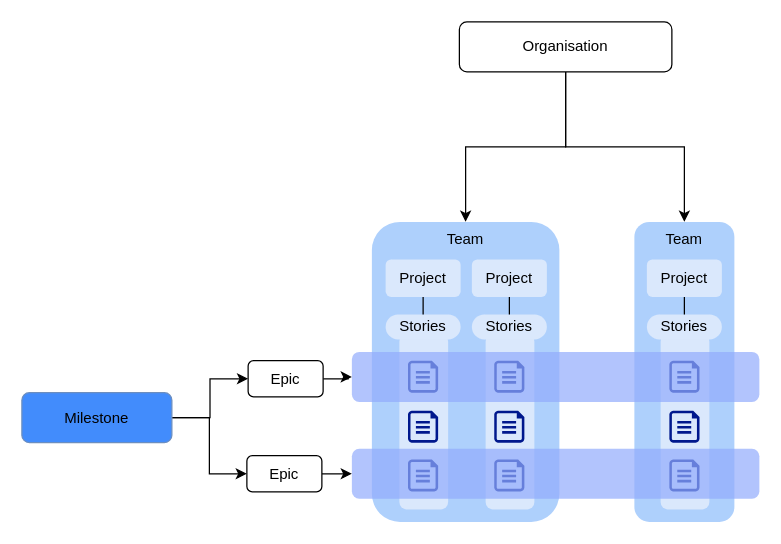
Earlier version of the draw.io diagram PM.drawio (wunyu/drawio). Source tidied: cells renumbered, new cells numbered last; positions are measured from the earlier drawing's top-left corner, leaving out a move shared by most shapes. Both pictures are drawn from the tidied source at 125%, with x=0, y=0 at pixel (21, 21).
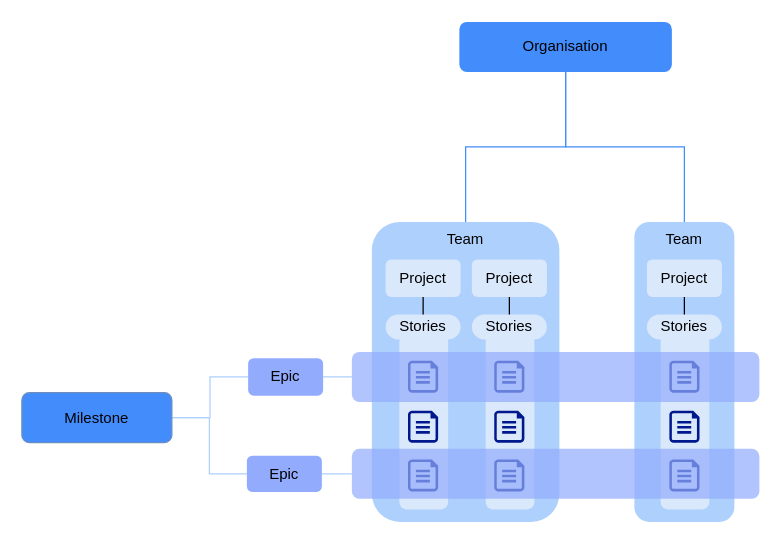
The same page after the edit.

The change refers to these unchanged cells:
```xml
<mxCell id="2" value="Team" style="rounded=1;whiteSpace=wrap;html=1;verticalAlign=top;fillColor=#AED0FC;strokeColor=none;" parent="1" vertex="1">
  <mxGeometry x="490" y="160" width="80" height="240" as="geometry" />
</mxCell>
<mxCell id="3" value="Team" style="rounded=1;whiteSpace=wrap;html=1;verticalAlign=top;fillColor=#AED0FC;strokeColor=none;" parent="1" vertex="1">
  <mxGeometry x="280" y="160" width="150" height="240" as="geometry" />
</mxCell>
<mxCell id="8" value="Milestone" style="rounded=1;whiteSpace=wrap;html=1;fillColor=#428CFC;strokeColor=#6c8ebf;" parent="1" vertex="1">
  <mxGeometry y="296.6" width="120" height="40" as="geometry" />
</mxCell>
<mxCell id="35" style="rounded=1;whiteSpace=wrap;html=1;textOpacity=10;fillColor=#92ABFC;strokeColor=none;fontColor=none;noLabel=1;opacity=70;" parent="1" vertex="1">
  <mxGeometry x="264" y="341.5" width="326" height="40" as="geometry" />
</mxCell>
<mxCell id="36" style="rounded=1;whiteSpace=wrap;html=1;textOpacity=10;fillColor=#92ABFC;strokeColor=none;fontColor=none;noLabel=1;opacity=70;" parent="1" vertex="1">
  <mxGeometry x="264" y="264" width="326" height="40" as="geometry" />
</mxCell>
```

The edit, as a diff of the source:
```diff
@@
-    <mxCell id="6" style="edgeStyle=orthogonalEdgeStyle;rounded=0;jettySize=auto;html=1;entryX=0;entryY=0.5;entryDx=0;entryDy=0;" parent="1" edge="1" source="8" target="18">
+    <mxCell id="6" style="edgeStyle=orthogonalEdgeStyle;rounded=0;jettySize=auto;html=1;entryX=0;entryY=0.5;entryDx=0;entryDy=0;endArrow=none;endFill=0;strokeColor=#AED0FC;" parent="1" edge="1" source="8" target="18">
       <mxGeometry relative="1" as="geometry" />
     </mxCell>
-    <mxCell id="7" style="edgeStyle=orthogonalEdgeStyle;rounded=0;jettySize=auto;html=1;entryX=0;entryY=0.5;entryDx=0;entryDy=0;" parent="1" edge="1" source="8" target="13">
+    <mxCell id="7" style="edgeStyle=orthogonalEdgeStyle;rounded=0;jettySize=auto;html=1;entryX=0;entryY=0.5;entryDx=0;entryDy=0;endArrow=none;endFill=0;strokeColor=#AED0FC;" parent="1" edge="1" source="8" target="13">
       <mxGeometry relative="1" as="geometry" />
     </mxCell>
@@
-    <mxCell id="9" style="edgeStyle=orthogonalEdgeStyle;rounded=0;jettySize=auto;html=1;entryX=0.5;entryY=0;entryDx=0;entryDy=0;" parent="1" edge="1" source="11" target="3">
+    <mxCell id="9" style="edgeStyle=orthogonalEdgeStyle;rounded=0;jettySize=auto;html=1;entryX=0.5;entryY=0;entryDx=0;entryDy=0;endArrow=none;endFill=0;strokeColor=#428CFC;" parent="1" edge="1" source="11" target="3">
       <mxGeometry relative="1" as="geometry" />
     </mxCell>
-    <mxCell id="10" style="edgeStyle=orthogonalEdgeStyle;rounded=0;jettySize=auto;html=1;" parent="1" edge="1" source="11" target="2">
+    <mxCell id="10" style="edgeStyle=orthogonalEdgeStyle;rounded=0;jettySize=auto;html=1;endArrow=none;endFill=0;strokeColor=#428CFC;" parent="1" edge="1" source="11" target="2">
       <mxGeometry relative="1" as="geometry" />
     </mxCell>
-    <mxCell id="11" value="Organisation" style="rounded=1;whiteSpace=wrap;html=1;" parent="1" vertex="1">
+    <mxCell id="11" value="Organisation" style="rounded=1;whiteSpace=wrap;html=1;fillColor=#428CFC;strokeColor=none;" parent="1" vertex="1">
       <mxGeometry x="350" width="170" height="40" as="geometry" />
     </mxCell>
-    <mxCell id="12" style="edgeStyle=orthogonalEdgeStyle;rounded=0;jettySize=auto;html=1;" parent="1" edge="1" source="13" target="35">
+    <mxCell id="12" style="edgeStyle=orthogonalEdgeStyle;rounded=0;jettySize=auto;html=1;endArrow=none;endFill=0;strokeColor=#AED0FC;" parent="1" edge="1" source="13" target="35">
       <mxGeometry relative="1" as="geometry" />
     </mxCell>
-    <mxCell id="13" value="Epic" style="rounded=1;whiteSpace=wrap;html=1;" parent="1" vertex="1">
+    <mxCell id="13" value="Epic" style="rounded=1;whiteSpace=wrap;html=1;fillColor=#92ABFC;strokeColor=none;" parent="1" vertex="1">
       <mxGeometry x="180" y="347" width="60" height="29" as="geometry" />
     </mxCell>
@@
-    <mxCell id="17" style="edgeStyle=orthogonalEdgeStyle;rounded=0;jettySize=auto;html=1;" parent="1" edge="1" source="18" target="36">
+    <mxCell id="17" style="edgeStyle=orthogonalEdgeStyle;rounded=0;jettySize=auto;html=1;endArrow=none;endFill=0;strokeColor=#AED0FC;" parent="1" edge="1" source="18" target="36">
       <mxGeometry relative="1" as="geometry" />
     </mxCell>
-    <mxCell id="18" value="Epic" style="rounded=1;whiteSpace=wrap;html=1;" parent="1" vertex="1">
-      <mxGeometry x="181" y="271" width="60" height="29" as="geometry" />
+    <mxCell id="18" value="Epic" style="rounded=1;whiteSpace=wrap;html=1;fillColor=#92ABFC;strokeColor=none;" parent="1" vertex="1">
+      <mxGeometry x="181" y="269" width="60" height="30" as="geometry" />
     </mxCell>
```
